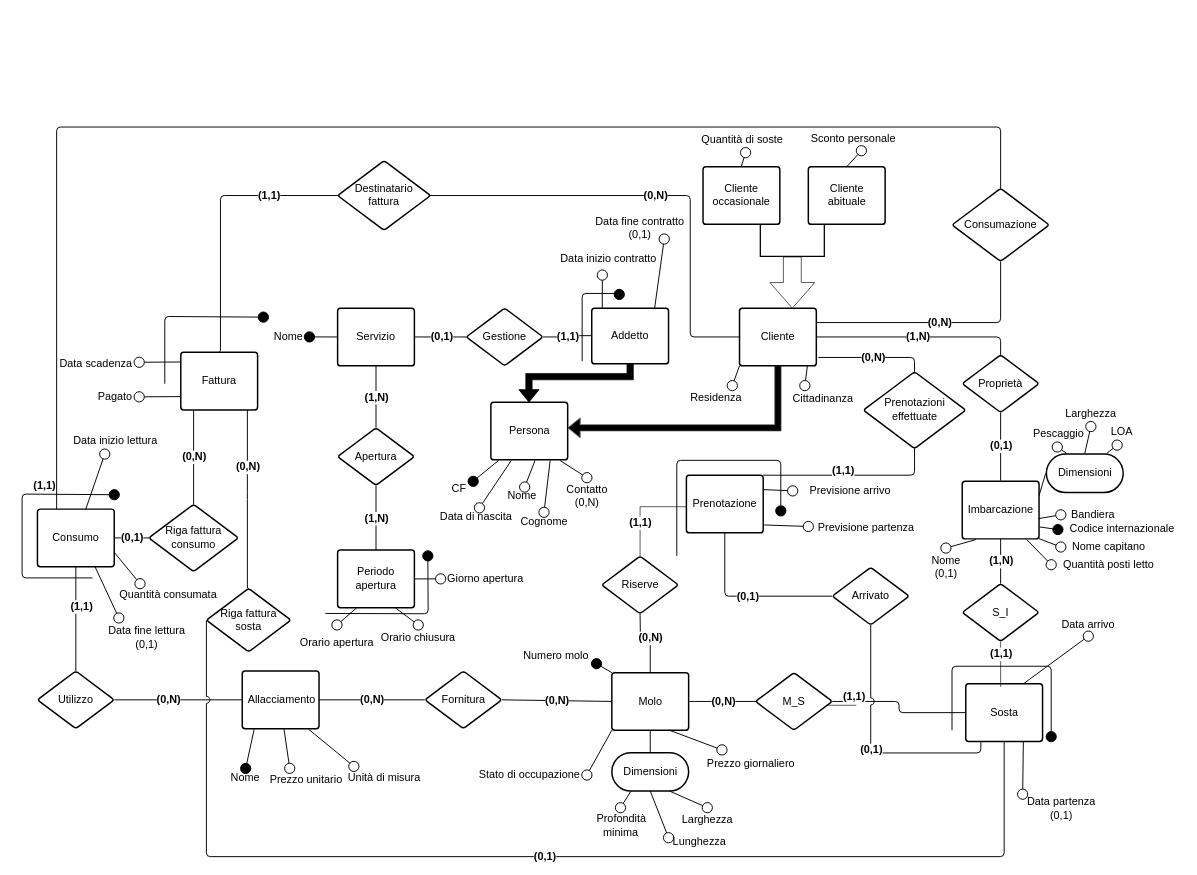
Before: page "Concettuale" (1 of 3) of src_relazione_tex/img/Er todo test final.drawio in alessandro-massarenti/Progetto-basi-di-dati-2022, a draw.io diagram. Source tidied: cells renumbered, new cells numbered last; positions are measured from the earlier drawing's top-left corner, leaving out a move shared by most shapes. Both pictures are drawn from the tidied source at 64%, with x=0, y=0 at pixel (22, 127).
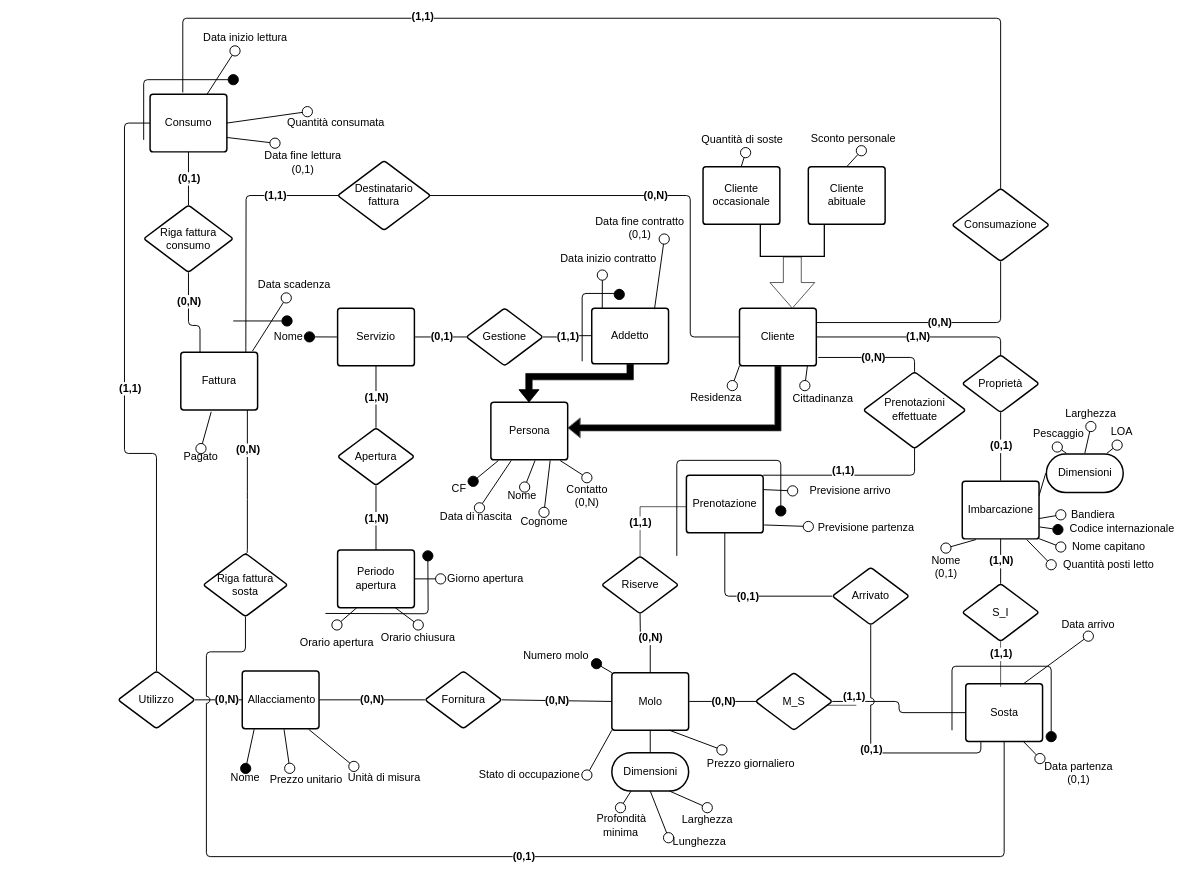
The same page after the edit.

Unchanged cells that the change refers to:
```xml
<mxCell id="114" value="Fattura" style="html=1;overflow=block;blockSpacing=1;whiteSpace=wrap;fontSize=17;fontColor=#000000;spacing=9;strokeColor=#000000;strokeOpacity=100;rounded=1;absoluteArcSize=1;arcSize=9;strokeWidth=2.3;" parent="1" vertex="1">
  <mxGeometry x="248" y="352" width="120" height="90" as="geometry" />
</mxCell>
<mxCell id="118" value="Destinatario fattura" style="html=1;overflow=block;blockSpacing=1;whiteSpace=wrap;rhombus;fontSize=17;fontColor=#000000;spacing=3.8;strokeColor=#000000;strokeOpacity=100;rounded=1;absoluteArcSize=1;arcSize=9;strokeWidth=2.3;" parent="1" vertex="1">
  <mxGeometry x="493" y="52.5" width="145.3" height="109" as="geometry" />
</mxCell>
<mxCell id="127" value="Consumazione" style="html=1;overflow=block;blockSpacing=1;whiteSpace=wrap;rhombus;fontSize=17;fontColor=#000000;spacing=3.8;strokeColor=#000000;strokeOpacity=100;rounded=1;absoluteArcSize=1;arcSize=9;strokeWidth=2.3;" parent="1" vertex="1">
  <mxGeometry x="1453" y="96" width="152" height="114" as="geometry" />
</mxCell>
<mxCell id="147" value="Sosta" style="html=1;overflow=block;blockSpacing=1;whiteSpace=wrap;fontSize=17;fontColor=#000000;spacing=9;strokeColor=#000000;strokeOpacity=100;rounded=1;absoluteArcSize=1;arcSize=9;strokeWidth=2.3;" parent="1" vertex="1">
  <mxGeometry x="1474.5" y="870" width="120" height="90" as="geometry" />
</mxCell>
```

The edit, as a diff of the source:
```diff
@@
     <mxCell id="11" value="Data inizio lettura" style="html=1;overflow=block;blockSpacing=1;whiteSpace=wrap;fontSize=17;fontColor=#000000;spacing=0;fillColor=none;strokeWidth=1.5;strokeColor=none;" parent="1" vertex="1">
-      <mxGeometry x="65.5" y="470" width="160" height="41" as="geometry" />
+      <mxGeometry x="269" y="-160" width="160" height="41" as="geometry" />
     </mxCell>
@@
     <mxCell id="19" value="Quantità consumata" style="html=1;overflow=block;blockSpacing=1;whiteSpace=wrap;fontSize=17;fontColor=#000000;spacing=0;fillColor=none;strokeWidth=1.5;strokeColor=none;" parent="1" vertex="1">
-      <mxGeometry x="140" y="713.5" width="177" height="35.5" as="geometry" />
+      <mxGeometry x="401.5" y="-24" width="177" height="35.5" as="geometry" />
     </mxCell>
@@
     <mxCell id="23" value="Data fine lettura&lt;br&gt;(0,1)" style="html=1;overflow=block;blockSpacing=1;whiteSpace=wrap;fontSize=17;fontColor=#000000;spacing=0;fillColor=none;strokeWidth=1.5;strokeColor=none;" parent="1" vertex="1">
-      <mxGeometry x="130" y="771.8" width="130" height="51.5" as="geometry" />
+      <mxGeometry x="374" y="30" width="130" height="51.5" as="geometry" />
     </mxCell>
@@
     <mxCell id="27" value="Data partenza&lt;br&gt;(0,1)" style="html=1;overflow=block;blockSpacing=1;whiteSpace=wrap;fontSize=17;fontColor=#000000;spacing=0;fillColor=none;strokeWidth=1.5;strokeColor=none;" parent="1" vertex="1">
-      <mxGeometry x="1564" y="1037.5" width="120" height="55.8" as="geometry" />
+      <mxGeometry x="1591" y="981.8" width="120" height="55.8" as="geometry" />
     </mxCell>
@@
     <mxCell id="115" value="Riga fattura consumo" style="html=1;overflow=block;blockSpacing=1;whiteSpace=wrap;rhombus;fontSize=17;fontColor=#000000;spacing=3.8;strokeColor=#000000;strokeOpacity=100;rounded=1;absoluteArcSize=1;arcSize=9;strokeWidth=2.3;" parent="1" vertex="1">
-      <mxGeometry x="198" y="589.5" width="140" height="105" as="geometry" />
+      <mxGeometry x="190" y="122" width="140" height="105" as="geometry" />
     </mxCell>
-    <mxCell id="116" style="html=1;jettySize=18;whiteSpace=wrap;fontSize=17;fontColor=#000000;fontStyle=1;strokeColor=#000000;strokeWidth=1.5;rounded=1;arcSize=12;edgeStyle=orthogonalEdgeStyle;startArrow=none;endArrow=none;exitX=0.5;exitY=0.004;exitPerimeter=0;" parent="1" edge="1" source="115">
+    <mxCell id="116" style="html=1;jettySize=18;whiteSpace=wrap;fontSize=17;fontColor=#000000;fontStyle=1;strokeColor=#000000;strokeWidth=1.5;rounded=1;arcSize=12;edgeStyle=orthogonalEdgeStyle;startArrow=none;endArrow=none;exitX=0.5;exitY=1;exitDx=0;exitDy=0;entryX=0.25;entryY=0;entryDx=0;entryDy=0;" parent="1" edge="1" source="115" target="114">
       <mxGeometry relative="1" as="geometry">
-        <mxPoint x="268" y="442" as="targetPoint" />
         <Array as="points">
-          <mxPoint x="268" y="442" />
+          <mxPoint x="260" y="310" />
+          <mxPoint x="278" y="310" />
         </Array>
       </mxGeometry>
     </mxCell>
     <mxCell id="117" value="(0,N)" style="text;html=1;labelBackgroundColor=default;align=center;verticalAlign=middle;fontStyle=1;fontColor=#000000;fontSize=17;" parent="116" vertex="1">
-      <mxGeometry relative="1" as="geometry" />
+      <mxGeometry relative="1" as="geometry">
+        <mxPoint y="-27" as="offset" />
+      </mxGeometry>
     </mxCell>
@@
-    <mxCell id="119" style="html=1;jettySize=18;whiteSpace=wrap;fontSize=17;strokeColor=#000000;strokeWidth=1.5;rounded=1;arcSize=12;edgeStyle=orthogonalEdgeStyle;startArrow=none;endArrow=none;exitX=0.5;exitY=-0.012;exitPerimeter=0;entryX=0.009;entryY=0.5;entryPerimeter=0;" parent="1" edge="1" source="114" target="118">
+    <mxCell id="119" style="html=1;jettySize=18;whiteSpace=wrap;fontSize=17;strokeColor=#000000;strokeWidth=1.5;rounded=1;arcSize=12;edgeStyle=orthogonalEdgeStyle;startArrow=none;endArrow=none;exitX=0.847;exitY=0.01;exitPerimeter=0;entryX=0.009;entryY=0.5;entryPerimeter=0;exitDx=0;exitDy=0;" parent="1" edge="1" source="114" target="118">
       <mxGeometry relative="1" as="geometry">
         <Array as="points">
-          <mxPoint x="310" y="351" />
-          <mxPoint x="310" y="107" />
+          <mxPoint x="350" y="351" />
+          <mxPoint x="350" y="107" />
         </Array>
       </mxGeometry>
     </mxCell>
@@
     <mxCell id="123" value="Consumo" style="html=1;overflow=block;blockSpacing=1;whiteSpace=wrap;fontSize=17;fontColor=#000000;spacing=9;strokeColor=#000000;strokeOpacity=100;rounded=1;absoluteArcSize=1;arcSize=9;strokeWidth=2.3;fillColor=none;" parent="1" vertex="1">
-      <mxGeometry x="24" y="597" width="120" height="90" as="geometry" />
+      <mxGeometry x="200" y="-51.2" width="120" height="90" as="geometry" />
     </mxCell>
@@
-    <mxCell id="125" style="html=1;jettySize=18;whiteSpace=wrap;fontSize=17;strokeColor=#000000;strokeWidth=1.5;rounded=1;arcSize=12;startArrow=none;endArrow=oval;endFill=0;endSize=16;exitX=0.75;exitY=1;entryX=0.163;entryY=-0.092;exitDx=0;exitDy=0;entryDx=0;entryDy=0;entryPerimeter=0;" parent="1" edge="1" source="123" target="23">
+    <mxCell id="125" style="html=1;jettySize=18;whiteSpace=wrap;fontSize=17;strokeColor=#000000;strokeWidth=1.5;rounded=1;arcSize=12;startArrow=none;endArrow=oval;endFill=0;endSize=16;exitX=1;exitY=0.75;entryX=0.163;entryY=-0.092;exitDx=0;exitDy=0;entryDx=0;entryDy=0;entryPerimeter=0;" parent="1" edge="1" source="123" target="23">
       <mxGeometry relative="1" as="geometry" />
     </mxCell>
-    <mxCell id="126" style="html=1;jettySize=18;whiteSpace=wrap;fontSize=17;strokeColor=#000000;strokeWidth=1.5;rounded=1;arcSize=12;startArrow=none;endArrow=oval;endFill=0;endSize=16;exitX=1;exitY=0.75;entryX=0.25;entryY=0;exitDx=0;exitDy=0;entryDx=0;entryDy=0;" parent="1" edge="1" source="123" target="19">
+    <mxCell id="126" style="html=1;jettySize=18;whiteSpace=wrap;fontSize=17;strokeColor=#000000;strokeWidth=1.5;rounded=1;arcSize=12;startArrow=none;endArrow=oval;endFill=0;endSize=16;exitX=1;exitY=0.5;entryX=0.25;entryY=0;exitDx=0;exitDy=0;entryDx=0;entryDy=0;" parent="1" edge="1" source="123" target="19">
       <mxGeometry relative="1" as="geometry" />
     </mxCell>
@@
-    <mxCell id="130" style="html=1;jettySize=18;whiteSpace=wrap;fontSize=17;fontColor=#000000;fontStyle=1;strokeColor=#000000;strokeWidth=1.5;rounded=1;arcSize=12;edgeStyle=orthogonalEdgeStyle;startArrow=none;endArrow=none;exitX=0.5;exitY=0.004;exitPerimeter=0;" parent="1" edge="1" source="127">
+    <mxCell id="130" style="html=1;jettySize=18;whiteSpace=wrap;fontSize=17;fontColor=#000000;fontStyle=1;strokeColor=#000000;strokeWidth=1.5;rounded=1;arcSize=12;edgeStyle=orthogonalEdgeStyle;startArrow=none;endArrow=none;exitX=0.5;exitY=0.004;exitPerimeter=0;entryX=0.426;entryY=-0.032;entryDx=0;entryDy=0;entryPerimeter=0;" parent="1" edge="1" source="127" target="123">
       <mxGeometry relative="1" as="geometry">
-        <mxPoint x="54" y="597" as="targetPoint" />
         <Array as="points">
-          <mxPoint x="1529" />
-          <mxPoint x="54" />
-          <mxPoint x="54" y="597" />
+          <mxPoint x="1529" y="-170" />
+          <mxPoint x="251" y="-170" />
         </Array>
       </mxGeometry>
     </mxCell>
+    <mxCell id="186" style="edgeLabel;html=1;align=center;verticalAlign=middle;" parent="130" vertex="1">
+      <mxGeometry x="0.42" y="-2" relative="1" as="geometry" />
+    </mxCell>
-    <mxCell id="131" value="(1,1)" style="text;html=1;labelBackgroundColor=default;align=center;verticalAlign=middle;fontStyle=1;fontColor=#000000;fontSize=17;" parent="130" vertex="1">
-      <mxGeometry relative="1" as="geometry">
-        <mxPoint x="-507" y="560" as="offset" />
-      </mxGeometry>
+    <mxCell id="131" value="&lt;span style=&quot;font-size: 17px; font-weight: 700;&quot;&gt;(1,1)&lt;/span&gt;" style="edgeLabel;html=1;align=center;verticalAlign=middle;" parent="130" vertex="1">
+      <mxGeometry x="0.41" y="-2" relative="1" as="geometry" />
     </mxCell>
-    <mxCell id="132" style="html=1;jettySize=18;whiteSpace=wrap;fontSize=17;fontColor=#000000;fontStyle=1;strokeColor=#000000;strokeWidth=1.5;rounded=1;arcSize=12;edgeStyle=orthogonalEdgeStyle;startArrow=none;endArrow=none;exitX=0.009;exitY=0.5;exitPerimeter=0;entryX=1;entryY=0.5;entryDx=0;entryDy=0;" parent="1" edge="1" source="115" target="123">
+    <mxCell id="132" style="html=1;jettySize=18;whiteSpace=wrap;fontSize=17;fontColor=#000000;fontStyle=1;strokeColor=#000000;strokeWidth=1.5;rounded=1;arcSize=12;edgeStyle=orthogonalEdgeStyle;startArrow=none;endArrow=none;exitX=0.5;exitY=0;entryX=0.5;entryY=1;entryDx=0;entryDy=0;exitDx=0;exitDy=0;" parent="1" edge="1" source="115" target="123">
       <mxGeometry relative="1" as="geometry" />
     </mxCell>
@@
     <mxCell id="134" value="Data scadenza" style="html=1;overflow=block;blockSpacing=1;whiteSpace=wrap;fontSize=17;fontColor=#000000;spacing=3.8;strokeOpacity=0;fillOpacity=0;rounded=1;absoluteArcSize=1;arcSize=9;fillColor=#ffffff;strokeWidth=2.3;" parent="1" vertex="1">
-      <mxGeometry x="48" y="357" width="135" height="22" as="geometry" />
+      <mxGeometry x="358" y="227" width="135" height="40" as="geometry" />
     </mxCell>
     <mxCell id="135" value="Pagato" style="html=1;overflow=block;blockSpacing=1;whiteSpace=wrap;fontSize=17;fontColor=#000000;spacing=3.8;strokeOpacity=0;fillOpacity=0;rounded=1;absoluteArcSize=1;arcSize=9;fillColor=#ffffff;strokeWidth=2.3;" parent="1" vertex="1">
-      <mxGeometry x="108" y="408" width="75" height="22" as="geometry" />
+      <mxGeometry x="242" y="502.4" width="75" height="22" as="geometry" />
     </mxCell>
-    <mxCell id="136" style="html=1;jettySize=18;whiteSpace=wrap;fontSize=17;strokeColor=#000000;strokeWidth=1.5;rounded=1;arcSize=12;startArrow=none;endArrow=oval;endFill=0;endSize=16;exitX=-0.009;exitY=0.769;exitPerimeter=0;entryX=1;entryY=0.616;entryPerimeter=0;" parent="1" edge="1" source="114" target="135">
+    <mxCell id="136" style="html=1;jettySize=18;whiteSpace=wrap;fontSize=17;strokeColor=#000000;strokeWidth=1.5;rounded=1;arcSize=12;startArrow=none;endArrow=oval;endFill=0;endSize=16;exitX=0.396;exitY=1.033;exitPerimeter=0;entryX=0.5;entryY=0;exitDx=0;exitDy=0;entryDx=0;entryDy=0;" parent="1" edge="1" source="114" target="135">
       <mxGeometry relative="1" as="geometry" />
     </mxCell>
-    <mxCell id="137" style="html=1;jettySize=18;whiteSpace=wrap;fontSize=17;strokeColor=#000000;strokeWidth=1.5;rounded=1;arcSize=12;startArrow=none;endArrow=oval;endFill=0;endSize=16;exitX=-0.009;exitY=0.168;exitPerimeter=0;" parent="1" edge="1" source="114" target="134">
-      <mxGeometry relative="1" as="geometry" />
+    <mxCell id="137" style="html=1;jettySize=18;whiteSpace=wrap;fontSize=17;strokeColor=#000000;strokeWidth=1.5;rounded=1;arcSize=12;startArrow=none;endArrow=oval;endFill=0;endSize=16;" parent="1" edge="1" target="134">
+      <mxGeometry relative="1" as="geometry">
+        <mxPoint x="360" y="350" as="sourcePoint" />
+      </mxGeometry>
     </mxCell>
     <mxCell id="138" style="html=1;jettySize=18;whiteSpace=wrap;fontSize=17;strokeColor=#000000;strokeWidth=1.5;rounded=1;arcSize=12;edgeStyle=orthogonalEdgeStyle;startArrow=none;endArrow=oval;endFill=1;endSize=16;" parent="1" edge="1">
       <mxGeometry relative="1" as="geometry">
-        <mxPoint x="223" y="401" as="sourcePoint" />
-        <mxPoint x="377" y="297" as="targetPoint" />
+        <mxPoint x="330" y="303" as="sourcePoint" />
+        <mxPoint x="414" y="303" as="targetPoint" />
         <Array as="points">
-          <mxPoint x="223" y="296" />
-          <mxPoint x="377" y="296" />
+          <mxPoint x="350" y="303" />
+          <mxPoint x="350" y="303" />
         </Array>
       </mxGeometry>
     </mxCell>
     <mxCell id="139" value="Utilizzo" style="html=1;overflow=block;blockSpacing=1;whiteSpace=wrap;rhombus;fontSize=17;fontColor=#000000;spacing=3.8;strokeColor=#000000;strokeOpacity=100;rounded=1;absoluteArcSize=1;arcSize=9;strokeWidth=2.3;" parent="1" vertex="1">
-      <mxGeometry x="24" y="850" width="120" height="90" as="geometry" />
+      <mxGeometry x="150" y="850" width="120" height="90" as="geometry" />
     </mxCell>
@@
-    <mxCell id="142" style="html=1;jettySize=18;whiteSpace=wrap;fontSize=17;fontColor=#000000;fontStyle=1;strokeColor=#000000;strokeWidth=1.5;rounded=1;arcSize=12;edgeStyle=orthogonalEdgeStyle;startArrow=none;endArrow=none;exitX=0.5;exitY=0;exitDx=0;exitDy=0;entryX=0.5;entryY=1;entryDx=0;entryDy=0;" parent="1" edge="1" source="139" target="123">
-      <mxGeometry relative="1" as="geometry" />
+    <mxCell id="142" style="html=1;jettySize=18;whiteSpace=wrap;fontSize=17;fontColor=#000000;fontStyle=1;strokeColor=#000000;strokeWidth=1.5;rounded=1;arcSize=12;edgeStyle=orthogonalEdgeStyle;startArrow=none;endArrow=none;exitX=0.5;exitY=0;exitDx=0;exitDy=0;entryX=0;entryY=0.5;entryDx=0;entryDy=0;" parent="1" edge="1" source="139" target="123">
+      <mxGeometry relative="1" as="geometry">
+        <Array as="points">
+          <mxPoint x="210" y="510" />
+          <mxPoint x="160" y="510" />
+          <mxPoint x="160" y="-6" />
+        </Array>
+      </mxGeometry>
     </mxCell>
@@
     <mxCell id="152" style="html=1;jettySize=18;whiteSpace=wrap;fontSize=17;strokeColor=#000000;strokeWidth=1.5;rounded=1;arcSize=12;edgeStyle=orthogonalEdgeStyle;startArrow=none;endArrow=oval;endFill=1;endSize=16;" parent="1" edge="1">
       <mxGeometry relative="1" as="geometry">
-        <mxPoint x="110" y="704.5" as="sourcePoint" />
-        <mxPoint x="144" y="574.5" as="targetPoint" />
+        <mxPoint x="190" y="20" as="sourcePoint" />
+        <mxPoint x="330" y="-74" as="targetPoint" />
         <Array as="points">
-          <mxPoint x="110" y="704.5" />
-          <mxPoint y="704.5" />
-          <mxPoint y="573.5" />
-          <mxPoint x="144" y="573.5" />
+          <mxPoint x="190" y="20" />
+          <mxPoint x="190" y="-74" />
         </Array>
       </mxGeometry>
     </mxCell>
@@
     <mxCell id="167" value="Riga fattura sosta" style="html=1;overflow=block;blockSpacing=1;whiteSpace=wrap;rhombus;fontSize=17;fontColor=#000000;spacing=3.8;strokeColor=#000000;strokeOpacity=100;rounded=1;absoluteArcSize=1;arcSize=9;strokeWidth=2.3;" parent="1" vertex="1">
-      <mxGeometry x="288" y="721" width="132" height="99" as="geometry" />
+      <mxGeometry x="283" y="666" width="132" height="99" as="geometry" />
     </mxCell>
@@
-    <mxCell id="170" style="html=1;jettySize=18;whiteSpace=wrap;fontSize=17;fontColor=#000000;fontStyle=1;strokeColor=#000000;strokeWidth=1.5;rounded=1;arcSize=12;edgeStyle=orthogonalEdgeStyle;startArrow=none;endArrow=none;exitX=0.5;exitY=1;exitDx=0;exitDy=0;jumpStyle=arc;jumpSize=10;entryX=0;entryY=0.5;entryDx=0;entryDy=0;" parent="1" edge="1" source="147" target="167">
+    <mxCell id="170" style="html=1;jettySize=18;whiteSpace=wrap;fontSize=17;fontColor=#000000;fontStyle=1;strokeColor=#000000;strokeWidth=1.5;rounded=1;arcSize=12;edgeStyle=orthogonalEdgeStyle;startArrow=none;endArrow=none;exitX=0.5;exitY=1;exitDx=0;exitDy=0;jumpStyle=arc;jumpSize=10;entryX=0.5;entryY=1;entryDx=0;entryDy=0;" parent="1" edge="1" source="147" target="167">
       <mxGeometry relative="1" as="geometry">
         <Array as="points">
           <mxPoint x="1535" y="1140" />
           <mxPoint x="288" y="1140" />
+          <mxPoint x="288" y="820" />
         </Array>
       </mxGeometry>
     </mxCell>
```
